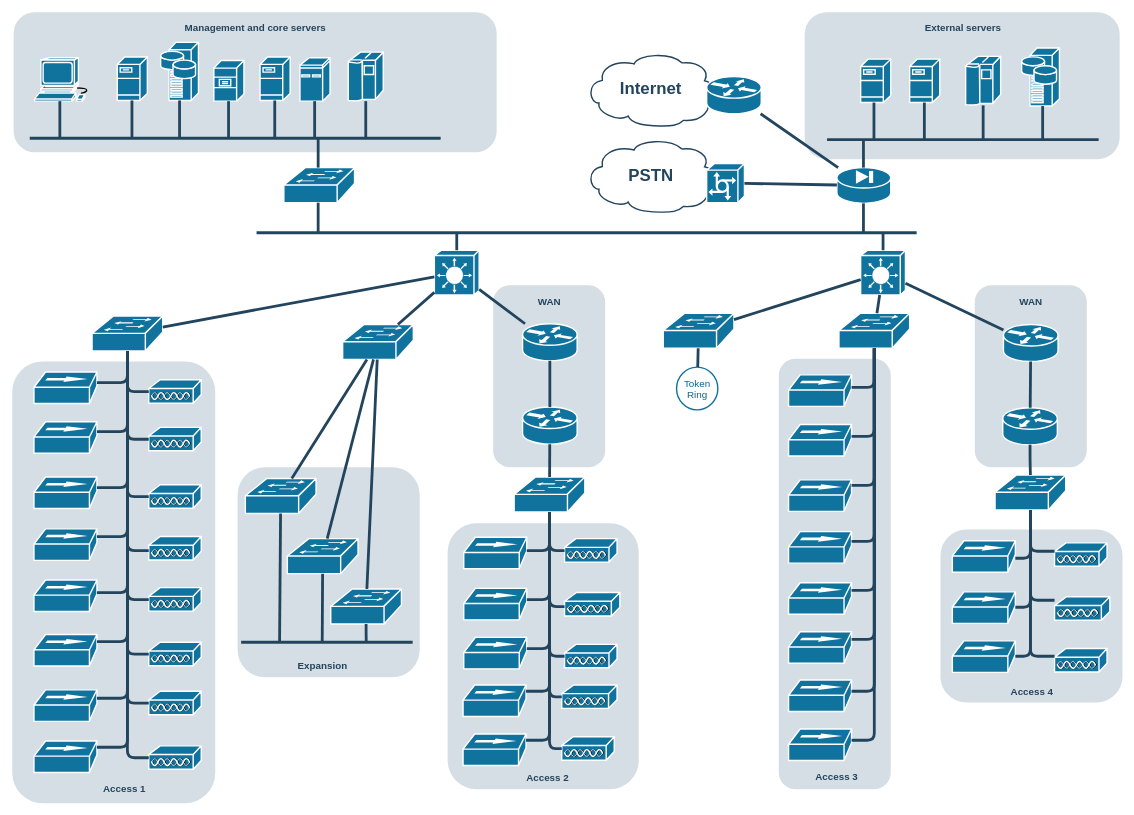
This is draw/Untitled Diagram.drawio from joancefet/drawio, a draw.io file, before an edit. Source tidied: cells renumbered, new cells numbered last; positions are measured from the earlier drawing's top-left corner, leaving out a move shared by most shapes. Both pictures are drawn from the tidied source at 70%, with x=0, y=0 at pixel (12, 12).
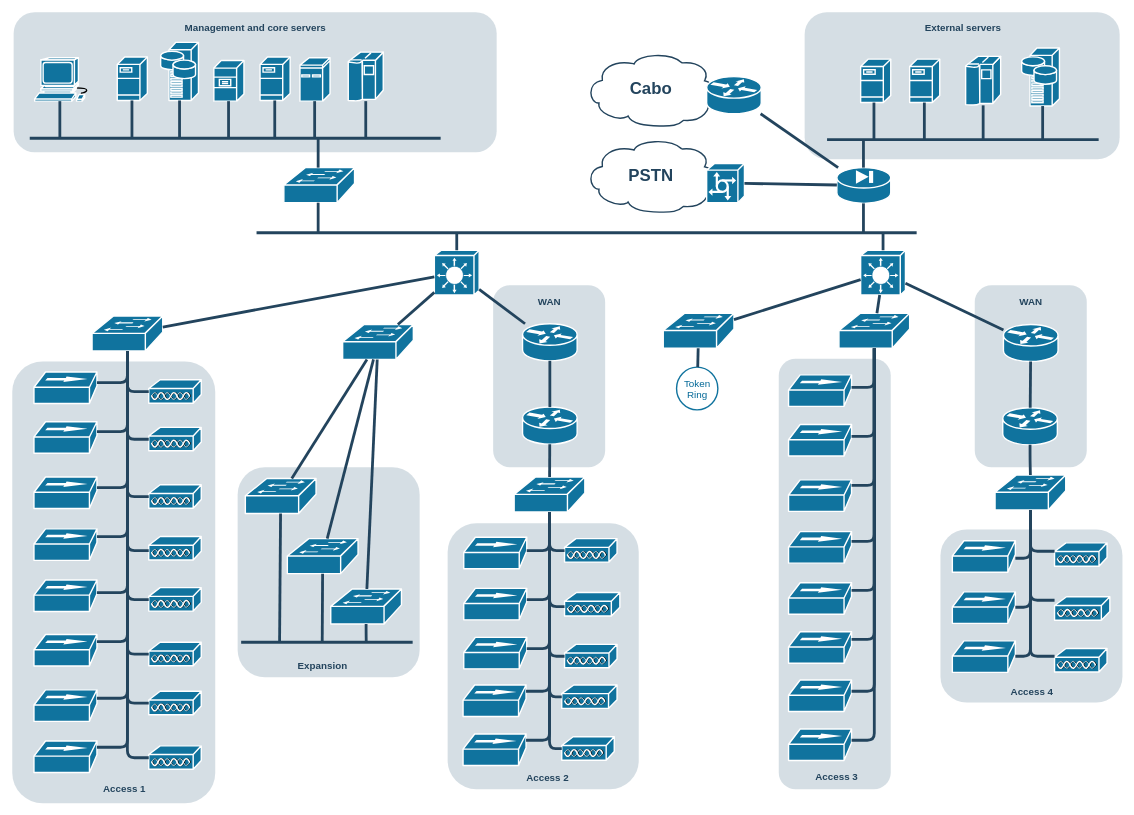
The same page after the edit.

What changed in the source:
```diff
@@
-    <mxCell id="25" value="Internet" style="shape=mxgraph.cisco.storage.cloud;html=1;dashed=0;strokeColor=#23445D;fillColor=#ffffff;strokeWidth=2;fontFamily=Helvetica;fontSize=24;fontColor=#23445D;align=center;fontStyle=1;" parent="1" vertex="1">
+    <mxCell id="25" value="Cabo" style="shape=mxgraph.cisco.storage.cloud;html=1;dashed=0;strokeColor=#23445D;fillColor=#ffffff;strokeWidth=2;fontFamily=Helvetica;fontSize=24;fontColor=#23445D;align=center;fontStyle=1;" parent="1" vertex="1">
       <mxGeometry x="819" y="57" width="186" height="106" as="geometry" />
     </mxCell>
```
